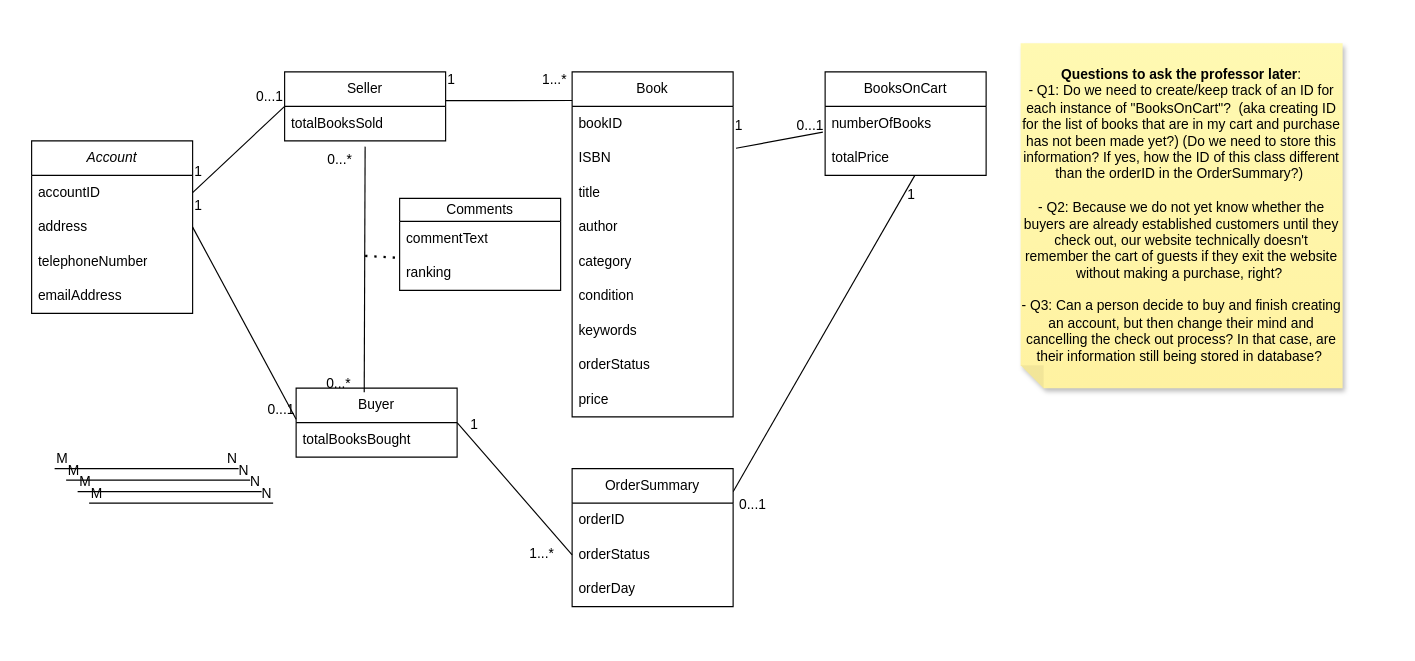
Above: Untitled Diagram.drawio in Chau-Nguyen-Developer/Driving-Ticket-Processing-System-Design (draw.io), before the change. Source tidied: cells renumbered, new cells numbered last; positions are measured from the earlier drawing's top-left corner, leaving out a move shared by most shapes. Both pictures are drawn from the tidied source at 115%, with x=0, y=0 at pixel (31, 43).
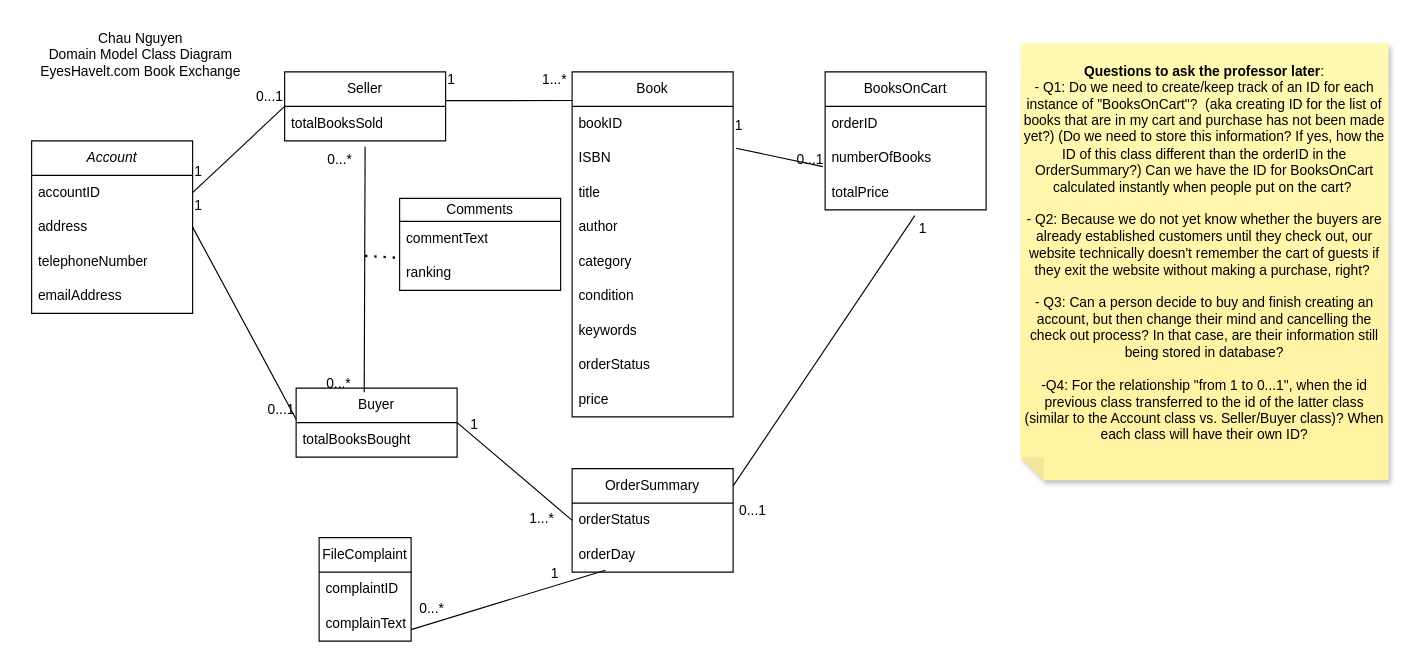
The same page after the edit.

Commit message:
Finished Domain Model Class Diagram

Unchanged cells that the change refers to:
```xml
<mxCell id="31" style="endArrow=none;html=1;rounded=0;entryX=0;entryY=0;entryDx=0;entryDy=0;entryPerimeter=0;exitX=1;exitY=0.5;exitDx=0;exitDy=0;" parent="1" edge="1" source="3" target="10">
  <mxGeometry relative="1" as="geometry" />
</mxCell>
<mxCell id="63" style="endArrow=none;html=1;rounded=0;entryX=0;entryY=0.5;entryDx=0;entryDy=0;" parent="1" edge="1" target="29">
  <mxGeometry relative="1" as="geometry">
    <mxPoint x="370" y="330" as="sourcePoint" />
  </mxGeometry>
</mxCell>
```

The edit, as a diff of the source:
```diff
@@
     <mxCell id="21" value="BooksOnCart" style="swimlane;fontStyle=0;horizontal=1;startSize=30;whiteSpace=wrap;html=1;" parent="1" vertex="1">
-      <mxGeometry x="690" y="25" width="140" height="90" as="geometry" />
+      <mxGeometry x="690" y="25" width="140" height="120" as="geometry" />
     </mxCell>
+    <mxCell id="28" value="orderID" style="text;strokeColor=none;fillColor=none;align=left;verticalAlign=middle;spacingLeft=4;spacingRight=4;overflow=hidden;whiteSpace=wrap;html=1;" parent="21" vertex="1">
+      <mxGeometry y="30" width="140" height="30" as="geometry" />
+    </mxCell>
     <mxCell id="22" value="numberOfBooks" style="text;strokeColor=none;fillColor=none;align=left;verticalAlign=middle;spacingLeft=4;spacingRight=4;overflow=hidden;points=[[0,0.5],[1,0.5]];portConstraint=eastwest;whiteSpace=wrap;html=1;" parent="21" vertex="1">
-      <mxGeometry y="30" width="140" height="30" as="geometry" />
+      <mxGeometry y="60" width="140" height="30" as="geometry" />
     </mxCell>
+    <mxCell id="24" style="endArrow=none;html=1;rounded=0;exitX=1;exitY=0.167;exitDx=0;exitDy=0;exitPerimeter=0;" parent="21" edge="1" source="27">
+      <mxGeometry relative="1" as="geometry">
+        <mxPoint x="78" y="125" as="targetPoint" />
+      </mxGeometry>
+    </mxCell>
+    <mxCell id="26" value="0...1" style="html=1;whiteSpace=wrap;align=right;verticalAlign=bottom;" parent="24" vertex="1">
+      <mxGeometry x="1" relative="1" as="geometry">
+        <mxPoint x="-128" y="265" as="offset" />
+      </mxGeometry>
+    </mxCell>
     <mxCell id="23" value="totalPrice" style="text;strokeColor=none;fillColor=none;align=left;verticalAlign=middle;spacingLeft=4;spacingRight=4;overflow=hidden;whiteSpace=wrap;html=1;" parent="21" vertex="1">
-      <mxGeometry y="60" width="140" height="30" as="geometry" />
+      <mxGeometry y="90" width="140" height="30" as="geometry" />
     </mxCell>
-    <mxCell id="24" style="endArrow=none;html=1;rounded=0;entryX=-0.014;entryY=0.747;entryDx=0;entryDy=0;entryPerimeter=0;exitX=1;exitY=0.167;exitDx=0;exitDy=0;exitPerimeter=0;" parent="21" edge="1" source="27">
-      <mxGeometry relative="1" as="geometry">
-        <mxPoint x="78" y="90" as="targetPoint" />
-      </mxGeometry>
-    </mxCell>
-    <mxCell id="25" value="1" style="html=1;whiteSpace=wrap;align=left;verticalAlign=bottom;" parent="24" vertex="1">
-      <mxGeometry x="-1" relative="1" as="geometry">
-        <mxPoint x="150" y="-250" as="offset" />
-      </mxGeometry>
-    </mxCell>
-    <mxCell id="26" value="0...1" style="html=1;whiteSpace=wrap;align=right;verticalAlign=bottom;" parent="24" vertex="1">
-      <mxGeometry x="1" relative="1" as="geometry">
-        <mxPoint x="-128" y="295" as="offset" />
-      </mxGeometry>
-    </mxCell>
     <mxCell id="27" value="OrderSummary" style="swimlane;fontStyle=0;horizontal=1;startSize=30;whiteSpace=wrap;html=1;" parent="1" vertex="1">
-      <mxGeometry x="470" y="370" width="140" height="120" as="geometry" />
+      <mxGeometry x="470" y="370" width="140" height="90" as="geometry" />
     </mxCell>
-    <mxCell id="28" value="orderID" style="text;strokeColor=none;fillColor=none;align=left;verticalAlign=middle;spacingLeft=4;spacingRight=4;overflow=hidden;whiteSpace=wrap;html=1;" parent="27" vertex="1">
-      <mxGeometry y="30" width="140" height="30" as="geometry" />
-    </mxCell>
     <mxCell id="29" value="orderStatus" style="text;strokeColor=none;fillColor=none;align=left;verticalAlign=middle;spacingLeft=4;spacingRight=4;overflow=hidden;points=[[0,0.5],[1,0.5]];portConstraint=eastwest;whiteSpace=wrap;html=1;" parent="27" vertex="1">
-      <mxGeometry y="60" width="140" height="30" as="geometry" />
+      <mxGeometry y="30" width="140" height="30" as="geometry" />
     </mxCell>
     <mxCell id="30" value="orderDay" style="text;strokeColor=none;fillColor=none;align=left;verticalAlign=middle;spacingLeft=4;spacingRight=4;overflow=hidden;points=[[0,0.5],[1,0.5]];portConstraint=eastwest;whiteSpace=wrap;html=1;" parent="27" vertex="1">
-      <mxGeometry y="90" width="140" height="30" as="geometry" />
+      <mxGeometry y="60" width="140" height="30" as="geometry" />
     </mxCell>
@@
+    <mxCell id="66" value="0...*" style="html=1;whiteSpace=wrap;align=right;verticalAlign=bottom;" parent="31" vertex="1">
+      <mxGeometry x="1" relative="1" as="geometry">
+        <mxPoint x="140" y="445" as="offset" />
+      </mxGeometry>
+    </mxCell>
+    <mxCell id="67" value="1" style="html=1;whiteSpace=wrap;align=left;verticalAlign=bottom;" parent="31" vertex="1">
+      <mxGeometry x="-1" relative="1" as="geometry">
+        <mxPoint x="310" y="340" as="offset" />
+      </mxGeometry>
+    </mxCell>
@@
-    <mxCell id="36" style="endArrow=none;html=1;rounded=0;" parent="1" edge="1">
-      <mxGeometry relative="1" as="geometry">
-        <mxPoint x="20" y="370" as="sourcePoint" />
-        <mxPoint x="180" y="370" as="targetPoint" />
-      </mxGeometry>
-    </mxCell>
-    <mxCell id="37" value="M" style="html=1;whiteSpace=wrap;align=left;verticalAlign=bottom;" parent="36" vertex="1">
-      <mxGeometry x="-1" relative="1" as="geometry" />
-    </mxCell>
-    <mxCell id="38" value="N" style="html=1;whiteSpace=wrap;align=right;verticalAlign=bottom;" parent="36" vertex="1">
-      <mxGeometry x="1" relative="1" as="geometry" />
-    </mxCell>
-    <mxCell id="39" style="endArrow=none;html=1;rounded=0;" parent="1" edge="1">
-      <mxGeometry relative="1" as="geometry">
-        <mxPoint x="30" y="380" as="sourcePoint" />
-        <mxPoint x="190" y="380" as="targetPoint" />
-      </mxGeometry>
-    </mxCell>
-    <mxCell id="40" value="M" style="html=1;whiteSpace=wrap;align=left;verticalAlign=bottom;" parent="39" vertex="1">
-      <mxGeometry x="-1" relative="1" as="geometry" />
-    </mxCell>
-    <mxCell id="41" value="N" style="html=1;whiteSpace=wrap;align=right;verticalAlign=bottom;" parent="39" vertex="1">
-      <mxGeometry x="1" relative="1" as="geometry" />
-    </mxCell>
-    <mxCell id="42" style="endArrow=none;html=1;rounded=0;" parent="1" edge="1">
-      <mxGeometry relative="1" as="geometry">
-        <mxPoint x="40" y="390" as="sourcePoint" />
-        <mxPoint x="200" y="390" as="targetPoint" />
-      </mxGeometry>
-    </mxCell>
-    <mxCell id="43" value="M" style="html=1;whiteSpace=wrap;align=left;verticalAlign=bottom;" parent="42" vertex="1">
-      <mxGeometry x="-1" relative="1" as="geometry" />
-    </mxCell>
-    <mxCell id="44" value="N" style="html=1;whiteSpace=wrap;align=right;verticalAlign=bottom;" parent="42" vertex="1">
-      <mxGeometry x="1" relative="1" as="geometry" />
-    </mxCell>
-    <mxCell id="45" style="endArrow=none;html=1;rounded=0;" parent="1" edge="1">
-      <mxGeometry relative="1" as="geometry">
-        <mxPoint x="50" y="400" as="sourcePoint" />
-        <mxPoint x="210" y="400" as="targetPoint" />
-      </mxGeometry>
-    </mxCell>
-    <mxCell id="46" value="M" style="html=1;whiteSpace=wrap;align=left;verticalAlign=bottom;" parent="45" vertex="1">
-      <mxGeometry x="-1" relative="1" as="geometry" />
-    </mxCell>
-    <mxCell id="47" value="N" style="html=1;whiteSpace=wrap;align=right;verticalAlign=bottom;" parent="45" vertex="1">
-      <mxGeometry x="1" relative="1" as="geometry" />
-    </mxCell>
@@
-    <mxCell id="57" value="&lt;b&gt;Questions to ask the professor later&lt;/b&gt;:&lt;div&gt;- Q1: Do we need to create/keep track of an ID for each instance of &quot;BooksOnCart&quot;?&amp;nbsp; (aka creating ID for the list of books that are in my cart and purchase has not been made yet?) (Do we need to store this information? If yes, how the ID of this class different than the orderID in the OrderSummary?)&amp;nbsp;&lt;/div&gt;&lt;div&gt;&lt;br&gt;&lt;/div&gt;&lt;div&gt;- Q2: Because we do not yet know whether the buyers are already established customers until they check out, our website technically doesn't remember the cart of guests if they exit the website without making a&amp;nbsp;purchase, right?&amp;nbsp;&lt;/div&gt;&lt;div&gt;&lt;br&gt;&lt;/div&gt;&lt;div&gt;- Q3: Can a person decide to buy and finish creating an account, but then change their mind and cancelling the check out process? In that case, are their information still being stored in database?&amp;nbsp;&lt;/div&gt;" style="shape=note;whiteSpace=wrap;html=1;backgroundOutline=1;fontColor=#000000;darkOpacity=0.05;fillColor=#FFF9B2;strokeColor=none;fillStyle=solid;direction=west;gradientDirection=north;gradientColor=#FFF2A1;shadow=1;size=20;" parent="1" vertex="1">
-      <mxGeometry x="860" width="280" height="300" as="geometry" />
+    <mxCell id="57" value="&lt;b&gt;Questions to ask the professor later&lt;/b&gt;:&lt;div&gt;&lt;div&gt;- Q1: Do we need to create/keep track of an ID for each instance of &quot;BooksOnCart&quot;?&amp;nbsp; (aka creating ID for the list of books that are in my cart and purchase has not been made yet?) (Do we need to store this information? If yes, how the ID of this class different than the orderID in the OrderSummary?) Can we have the ID for BooksOnCart calculated instantly when people put on the cart?&amp;nbsp;&lt;/div&gt;&lt;div&gt;&lt;br&gt;&lt;/div&gt;&lt;div&gt;- Q2: Because we do not yet know whether the buyers are already established customers until they check out, our website technically doesn't remember the cart of guests if they exit the website without making a&amp;nbsp;purchase, right?&amp;nbsp;&lt;/div&gt;&lt;div&gt;&lt;br&gt;&lt;/div&gt;&lt;div&gt;- Q3: Can a person decide to buy and finish creating an account, but then change their mind and cancelling the check out process? In that case, are their information still being stored in database?&lt;/div&gt;&lt;div&gt;&lt;br&gt;&lt;/div&gt;&lt;div&gt;-Q4: For the relationship &quot;from 1 to 0...1&quot;, when the id previous class transferred to the id of the latter class (similar to the Account class vs. Seller/Buyer class)? When each class will have their own ID?&lt;/div&gt;&lt;div&gt;&lt;span style=&quot;background-color: transparent; color: light-dark(rgb(0, 0, 0), rgb(237, 237, 237));&quot;&gt;&amp;nbsp;&lt;/span&gt;&lt;/div&gt;&lt;/div&gt;" style="shape=note;whiteSpace=wrap;html=1;backgroundOutline=1;fontColor=#000000;darkOpacity=0.05;fillColor=#FFF9B2;strokeColor=none;fillStyle=solid;direction=west;gradientDirection=north;gradientColor=#FFF2A1;shadow=1;size=20;" parent="1" vertex="1">
+      <mxGeometry x="860" width="320" height="380" as="geometry" />
     </mxCell>
@@
+    <mxCell id="68" value="1" style="html=1;whiteSpace=wrap;align=left;verticalAlign=bottom;" parent="63" vertex="1">
+      <mxGeometry x="-1" relative="1" as="geometry">
+        <mxPoint x="400" y="-160" as="offset" />
+      </mxGeometry>
+    </mxCell>
+    <mxCell id="69" value="Chau Nguyen&lt;div&gt;Domain Model Class Diagram&lt;/div&gt;&lt;div&gt;EyesHavelt.com Book Exchange&lt;/div&gt;" style="text;html=1;whiteSpace=wrap;strokeColor=none;fillColor=none;align=center;verticalAlign=middle;rounded=0;" parent="1" vertex="1">
+      <mxGeometry x="-10" y="-20" width="210" height="60" as="geometry" />
+    </mxCell>
+    <mxCell id="70" value="FileComplaint" style="swimlane;fontStyle=0;horizontal=1;startSize=30;whiteSpace=wrap;html=1;" parent="1" vertex="1">
+      <mxGeometry x="250" y="430" width="80" height="90" as="geometry" />
+    </mxCell>
+    <mxCell id="71" value="complaintID" style="text;strokeColor=none;fillColor=none;align=left;verticalAlign=middle;spacingLeft=4;spacingRight=4;overflow=hidden;whiteSpace=wrap;html=1;" parent="70" vertex="1">
+      <mxGeometry y="30" width="80" height="30" as="geometry" />
+    </mxCell>
+    <mxCell id="72" value="complainText" style="text;strokeColor=none;fillColor=none;align=left;verticalAlign=middle;spacingLeft=4;spacingRight=4;overflow=hidden;whiteSpace=wrap;html=1;" parent="70" vertex="1">
+      <mxGeometry y="60" width="80" height="30" as="geometry" />
+    </mxCell>
+    <mxCell id="73" style="endArrow=none;html=1;rounded=0;entryX=0.207;entryY=0.944;entryDx=0;entryDy=0;entryPerimeter=0;" parent="1" edge="1" target="30">
+      <mxGeometry relative="1" as="geometry">
+        <mxPoint x="330" y="510" as="sourcePoint" />
+      </mxGeometry>
+    </mxCell>
```
